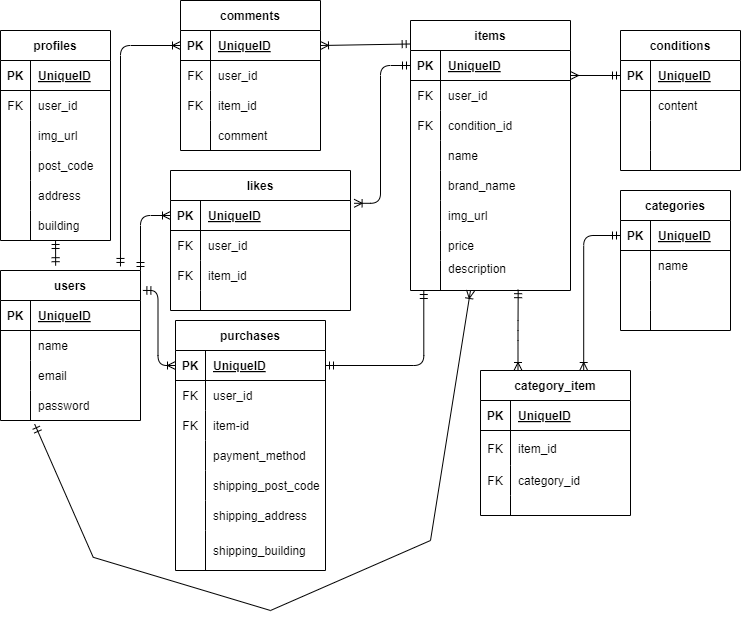
This is erd.png from yuriko52-star/market-app1, a draw.io export, as it was before one commit. Source tidied: cells renumbered, new cells last; positions are measured from the earlier drawing's top-left corner, leaving out a move shared by most shapes.
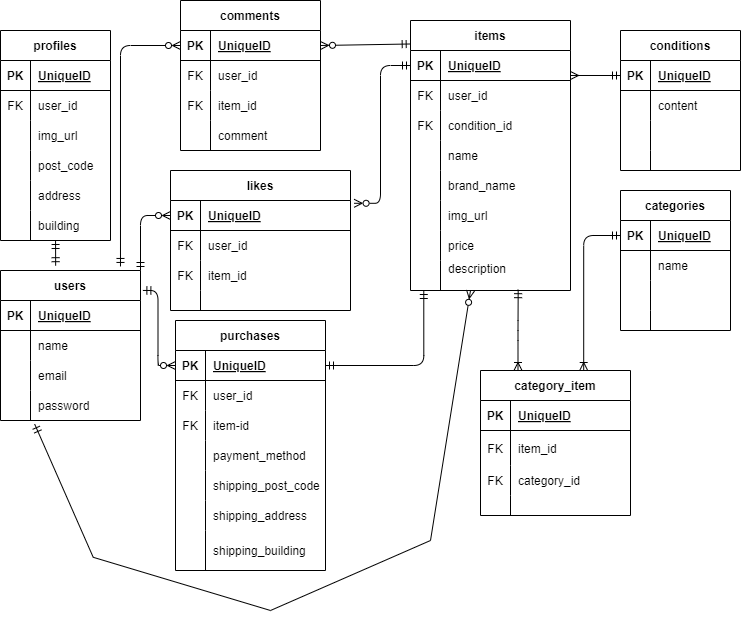
After the commit.

Commit message:
ER図の修正、他

Diff of the diagram source:
```diff
@@ -449,19 +449,19 @@
     <mxCell id="149" style="edgeStyle=orthogonalEdgeStyle;html=1;exitX=1;exitY=0.5;exitDx=0;exitDy=0;entryX=0.083;entryY=1;entryDx=0;entryDy=0;entryPerimeter=0;startArrow=ERmandOne;startFill=0;endArrow=ERmandOne;endFill=0;" parent="1" edge="1" source="36" target="105">
       <mxGeometry relative="1" as="geometry" />
     </mxCell>
-    <mxCell id="150" style="edgeStyle=orthogonalEdgeStyle;html=1;exitX=0;exitY=0.5;exitDx=0;exitDy=0;entryX=0.857;entryY=-0.027;entryDx=0;entryDy=0;entryPerimeter=0;startArrow=ERoneToMany;startFill=0;endArrow=ERmandOne;endFill=0;" parent="1" edge="1" source="58" target="21">
+    <mxCell id="150" style="edgeStyle=orthogonalEdgeStyle;html=1;exitX=0;exitY=0.5;exitDx=0;exitDy=0;entryX=0.857;entryY=-0.027;entryDx=0;entryDy=0;entryPerimeter=0;startArrow=ERzeroToMany;startFill=0;endArrow=ERmandOne;endFill=0;" parent="1" edge="1" source="58" target="21">
       <mxGeometry relative="1" as="geometry" />
     </mxCell>
-    <mxCell id="151" style="edgeStyle=orthogonalEdgeStyle;html=1;exitX=0;exitY=0.5;exitDx=0;exitDy=0;entryX=1;entryY=0;entryDx=0;entryDy=0;startArrow=ERoneToMany;startFill=0;endArrow=ERmandOne;endFill=0;" parent="1" edge="1" source="71" target="21">
+    <mxCell id="151" style="edgeStyle=orthogonalEdgeStyle;html=1;exitX=0;exitY=0.5;exitDx=0;exitDy=0;entryX=1;entryY=0;entryDx=0;entryDy=0;startArrow=ERzeroToMany;startFill=0;endArrow=ERmandOne;endFill=0;" parent="1" edge="1" source="71" target="21">
       <mxGeometry relative="1" as="geometry" />
     </mxCell>
-    <mxCell id="152" style="edgeStyle=orthogonalEdgeStyle;html=1;exitX=0;exitY=0.5;exitDx=0;exitDy=0;entryX=1.017;entryY=0.133;entryDx=0;entryDy=0;entryPerimeter=0;startArrow=ERoneToMany;startFill=0;endArrow=ERmandOne;endFill=0;" parent="1" edge="1" source="36" target="21">
+    <mxCell id="152" style="edgeStyle=orthogonalEdgeStyle;html=1;exitX=0;exitY=0.5;exitDx=0;exitDy=0;entryX=1.017;entryY=0.133;entryDx=0;entryDy=0;entryPerimeter=0;startArrow=ERzeroToMany;startFill=0;endArrow=ERmandOne;endFill=0;" parent="1" edge="1" source="36" target="21">
       <mxGeometry relative="1" as="geometry" />
     </mxCell>
-    <mxCell id="153" style="edgeStyle=none;html=1;exitX=1;exitY=0.5;exitDx=0;exitDy=0;entryX=-0.002;entryY=0.087;entryDx=0;entryDy=0;entryPerimeter=0;startArrow=ERoneToMany;startFill=0;endArrow=ERmandOne;endFill=0;" parent="1" edge="1" source="58" target="83">
+    <mxCell id="153" style="edgeStyle=none;html=1;exitX=1;exitY=0.5;exitDx=0;exitDy=0;entryX=-0.002;entryY=0.087;entryDx=0;entryDy=0;entryPerimeter=0;startArrow=ERzeroToMany;startFill=0;endArrow=ERmandOne;endFill=0;" parent="1" edge="1" source="58" target="83">
       <mxGeometry relative="1" as="geometry" />
     </mxCell>
-    <mxCell id="154" style="edgeStyle=orthogonalEdgeStyle;html=1;exitX=0;exitY=0.5;exitDx=0;exitDy=0;entryX=1.02;entryY=0.093;entryDx=0;entryDy=0;entryPerimeter=0;startArrow=ERmandOne;startFill=0;endArrow=ERoneToMany;endFill=0;" parent="1" edge="1" source="84" target="71">
+    <mxCell id="154" style="edgeStyle=orthogonalEdgeStyle;html=1;exitX=0;exitY=0.5;exitDx=0;exitDy=0;entryX=1.02;entryY=0.093;entryDx=0;entryDy=0;entryPerimeter=0;startArrow=ERmandOne;startFill=0;endArrow=ERzeroToMany;endFill=0;" parent="1" edge="1" source="84" target="71">
       <mxGeometry relative="1" as="geometry" />
     </mxCell>
     <mxCell id="155" style="edgeStyle=orthogonalEdgeStyle;html=1;exitX=0;exitY=0.5;exitDx=0;exitDy=0;entryX=1;entryY=-0.167;entryDx=0;entryDy=0;entryPerimeter=0;startArrow=ERmandOne;startFill=0;endArrow=ERmany;endFill=0;" parent="1" edge="1" source="109" target="87">
@@ -470,7 +470,7 @@
     <mxCell id="156" style="edgeStyle=orthogonalEdgeStyle;html=1;exitX=0;exitY=0.5;exitDx=0;exitDy=0;entryX=0.688;entryY=0;entryDx=0;entryDy=0;entryPerimeter=0;startArrow=ERmandOne;startFill=0;endArrow=ERoneToMany;endFill=0;" parent="1" edge="1" source="122" target="135">
       <mxGeometry relative="1" as="geometry" />
     </mxCell>
-    <mxCell id="157" style="endArrow=ERoneToMany;html=1;rounded=0;entryX=0.375;entryY=1;entryDx=0;entryDy=0;entryPerimeter=0;exitX=0.244;exitY=1.12;exitDx=0;exitDy=0;exitPerimeter=0;startArrow=ERmandOne;startFill=0;endFill=0;" parent="1" edge="1" source="31" target="105">
+    <mxCell id="157" style="endArrow=ERzeroToMany;html=1;rounded=0;entryX=0.375;entryY=1;entryDx=0;entryDy=0;entryPerimeter=0;exitX=0.244;exitY=1.12;exitDx=0;exitDy=0;exitPerimeter=0;startArrow=ERmandOne;startFill=0;endFill=0;" parent="1" edge="1" source="31" target="105">
       <mxGeometry relative="1" as="geometry">
         <Array as="points">
           <mxPoint x="92.7" y="556.8" />
```
